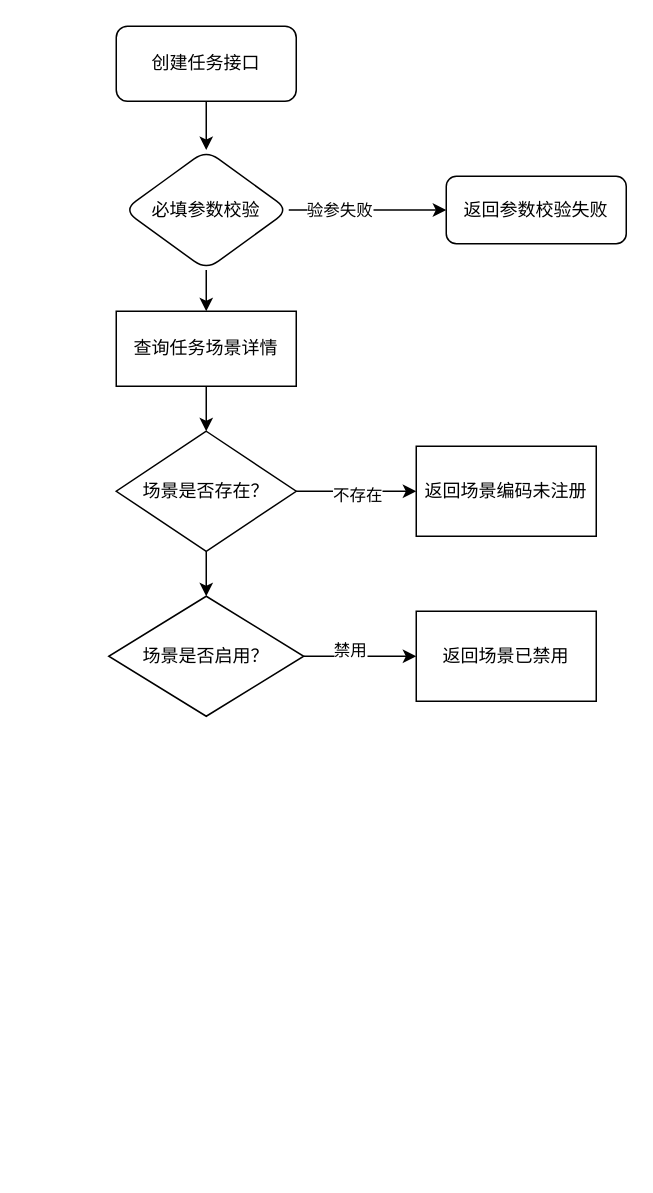
Before: 我的任务-创建.drawio in DongRuihua/draw, a draw.io diagram. Source tidied: cells renumbered, new cells numbered last; positions are measured from the earlier drawing's top-left corner, leaving out a move shared by most shapes. Both pictures are drawn from the tidied source at 150%, with x=0, y=0 at pixel (108, 26).
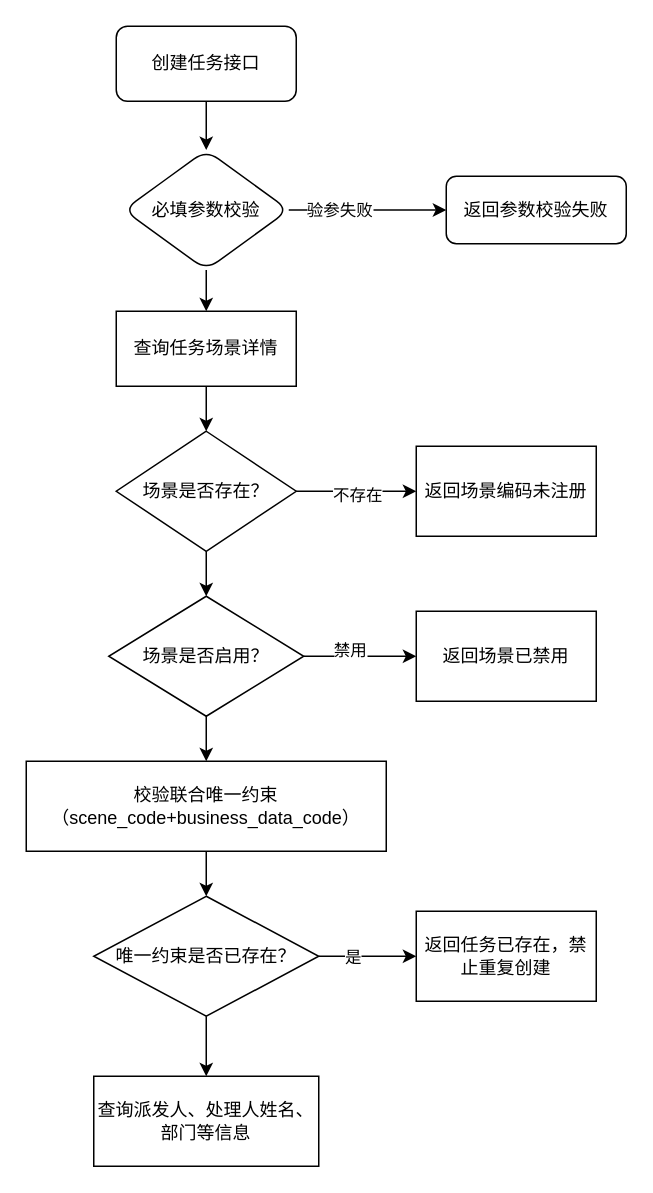
The same diagram, later.

Commit message (it also covers changes not shown here):
更新我的任务-创建.drawio

Unchanged cells that the change refers to:
```xml
<mxCell id="18" value="场景是否启用？" style="rhombus;whiteSpace=wrap;html=1;rounded=0;" parent="1" vertex="1">
  <mxGeometry y="380" width="130" height="80" as="geometry" />
</mxCell>
```

The edit, as a diff of the source:
```diff
@@
+    <mxCell id="20" style="edgeStyle=orthogonalEdgeStyle;rounded=0;jettySize=auto;html=1;" parent="1" edge="1" source="18" target="22">
+      <mxGeometry relative="1" as="geometry" />
+    </mxCell>
@@
+    <mxCell id="21" style="edgeStyle=orthogonalEdgeStyle;rounded=0;jettySize=auto;html=1;" parent="1" edge="1" source="22" target="26">
+      <mxGeometry relative="1" as="geometry" />
+    </mxCell>
+    <mxCell id="22" value="校验联合唯一约束&lt;br&gt;（scene_code+business_data_code）" style="whiteSpace=wrap;html=1;rounded=0;" parent="1" vertex="1">
+      <mxGeometry x="-55" y="490" width="240" height="60" as="geometry" />
+    </mxCell>
+    <mxCell id="23" style="edgeStyle=orthogonalEdgeStyle;rounded=0;jettySize=auto;html=1;" parent="1" edge="1" source="26" target="27">
+      <mxGeometry relative="1" as="geometry" />
+    </mxCell>
+    <mxCell id="24" value="是" style="edgeLabel;html=1;align=center;verticalAlign=middle;" parent="23" vertex="1">
+      <mxGeometry x="-0.31" relative="1" as="geometry" />
+    </mxCell>
+    <mxCell id="25" style="edgeStyle=orthogonalEdgeStyle;rounded=0;jettySize=auto;html=1;" parent="1" edge="1" source="26" target="28">
+      <mxGeometry relative="1" as="geometry" />
+    </mxCell>
+    <mxCell id="26" value="唯一约束是否已存在？" style="rhombus;whiteSpace=wrap;html=1;rounded=0;" parent="1" vertex="1">
+      <mxGeometry x="-10" y="580" width="150" height="80" as="geometry" />
+    </mxCell>
+    <mxCell id="27" value="返回任务已存在，禁止重复创建" style="whiteSpace=wrap;html=1;rounded=0;" parent="1" vertex="1">
+      <mxGeometry x="205" y="590" width="120" height="60" as="geometry" />
+    </mxCell>
+    <mxCell id="28" value="查询派发人、处理人姓名、部门等信息" style="rounded=0;whiteSpace=wrap;html=1;" parent="1" vertex="1">
+      <mxGeometry x="-10" y="700" width="150" height="60" as="geometry" />
+    </mxCell>
```
